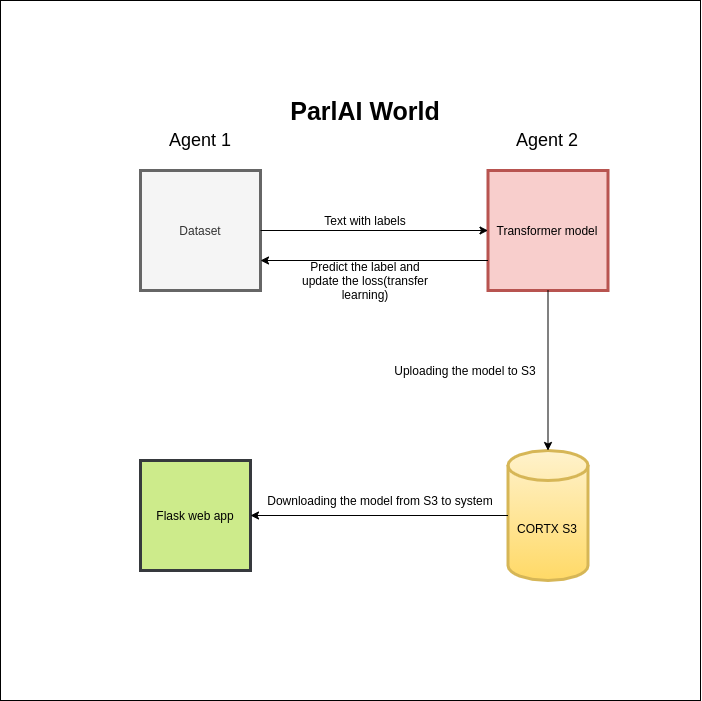
Seagate/cortx keeps this draw.io diagram as doc/integrations/pytorch/diagram.png. Above is the earlier version. Source tidied: cells renumbered, new cells last; positions are measured from the earlier drawing's top-left corner, leaving out a move shared by most shapes. The source it was exported from:
```xml
<mxGraphModel>
  <root>
    <mxCell id="0" />
    <mxCell id="1" parent="0" />
    <mxCell id="2" style="whiteSpace=wrap;html=1;" parent="1" vertex="1">
      <mxGeometry width="700" height="700" as="geometry" />
    </mxCell>
    <mxCell id="3" value="Transformer model" style="whiteSpace=wrap;html=1;strokeWidth=3;fillColor=#f8cecc;strokeColor=#b85450;" parent="1" vertex="1">
      <mxGeometry x="487.5" y="170" width="120" height="120" as="geometry" />
    </mxCell>
    <mxCell id="4" value="Dataset" style="whiteSpace=wrap;html=1;strokeWidth=3;fillColor=#f5f5f5;strokeColor=#666666;fontColor=#333333;" parent="1" vertex="1">
      <mxGeometry x="140" y="170" width="120" height="120" as="geometry" />
    </mxCell>
    <mxCell id="5" value="&lt;font style=&quot;font-size: 18px&quot;&gt;Agent 1&lt;/font&gt;" style="text;html=1;strokeColor=none;fillColor=none;align=center;verticalAlign=middle;whiteSpace=wrap;rounded=0;" parent="1" vertex="1">
      <mxGeometry x="165" y="130" width="70" height="20" as="geometry" />
    </mxCell>
    <mxCell id="6" value="&lt;font style=&quot;font-size: 18px&quot;&gt;Agent 2&lt;/font&gt;" style="text;html=1;strokeColor=none;fillColor=none;align=center;verticalAlign=middle;whiteSpace=wrap;rounded=0;" parent="1" vertex="1">
      <mxGeometry x="512.5" y="130" width="70" height="20" as="geometry" />
    </mxCell>
    <mxCell id="7" value="&lt;b&gt;&lt;font style=&quot;font-size: 25px&quot;&gt;ParlAI World&lt;/font&gt;&lt;/b&gt;" style="text;html=1;strokeColor=none;fillColor=none;align=center;verticalAlign=middle;whiteSpace=wrap;rounded=0;" parent="1" vertex="1">
      <mxGeometry x="270" y="100" width="190" height="20" as="geometry" />
    </mxCell>
    <mxCell id="8" style="endArrow=classic;html=1;entryX=0;entryY=0.5;entryDx=0;entryDy=0;" parent="1" edge="1" source="4" target="3">
      <mxGeometry relative="1" as="geometry" />
    </mxCell>
    <mxCell id="9" style="endArrow=classic;html=1;exitX=0;exitY=0.75;exitDx=0;exitDy=0;entryX=1;entryY=0.75;entryDx=0;entryDy=0;" parent="1" edge="1" source="3" target="4">
      <mxGeometry relative="1" as="geometry" />
    </mxCell>
    <mxCell id="10" value="Text with labels" style="text;html=1;strokeColor=none;fillColor=none;align=center;verticalAlign=middle;whiteSpace=wrap;rounded=0;" parent="1" vertex="1">
      <mxGeometry x="300" y="210" width="130" height="20" as="geometry" />
    </mxCell>
    <mxCell id="11" value="Predict the label and update the loss(transfer learning)" style="text;html=1;strokeColor=none;fillColor=none;align=center;verticalAlign=middle;whiteSpace=wrap;rounded=0;" parent="1" vertex="1">
      <mxGeometry x="300" y="270" width="130" height="20" as="geometry" />
    </mxCell>
    <mxCell id="12" value="CORTX S3" style="shape=cylinder3;whiteSpace=wrap;html=1;boundedLbl=1;backgroundOutline=1;size=15;strokeWidth=3;fillColor=#fff2cc;strokeColor=#d6b656;gradientColor=#ffd966;" parent="1" vertex="1">
      <mxGeometry x="507.5" y="450" width="80" height="130" as="geometry" />
    </mxCell>
    <mxCell id="13" style="endArrow=classic;html=1;entryX=0.5;entryY=0;entryDx=0;entryDy=0;entryPerimeter=0;exitX=0.5;exitY=1;exitDx=0;exitDy=0;" parent="1" edge="1" source="3" target="12">
      <mxGeometry relative="1" as="geometry" />
    </mxCell>
    <mxCell id="14" value="Flask web app" style="whiteSpace=wrap;html=1;strokeWidth=3;fillColor=#cdeb8b;strokeColor=#36393d;" parent="1" vertex="1">
      <mxGeometry x="140" y="460" width="110" height="110" as="geometry" />
    </mxCell>
    <mxCell id="15" style="endArrow=classic;html=1;entryX=1;entryY=0.5;entryDx=0;entryDy=0;exitX=0;exitY=0.5;exitDx=0;exitDy=0;exitPerimeter=0;" parent="1" edge="1" source="12" target="14">
      <mxGeometry relative="1" as="geometry" />
    </mxCell>
    <mxCell id="16" value="Uploading the model to S3" style="text;html=1;strokeColor=none;fillColor=none;align=center;verticalAlign=middle;whiteSpace=wrap;rounded=0;" parent="1" vertex="1">
      <mxGeometry x="390" y="360" width="150" height="20" as="geometry" />
    </mxCell>
    <mxCell id="17" value="Downloading the model from S3 to system" style="text;html=1;strokeColor=none;fillColor=none;align=center;verticalAlign=middle;whiteSpace=wrap;rounded=0;" parent="1" vertex="1">
      <mxGeometry x="260" y="490" width="240" height="20" as="geometry" />
    </mxCell>
  </root>
</mxGraphModel>
```
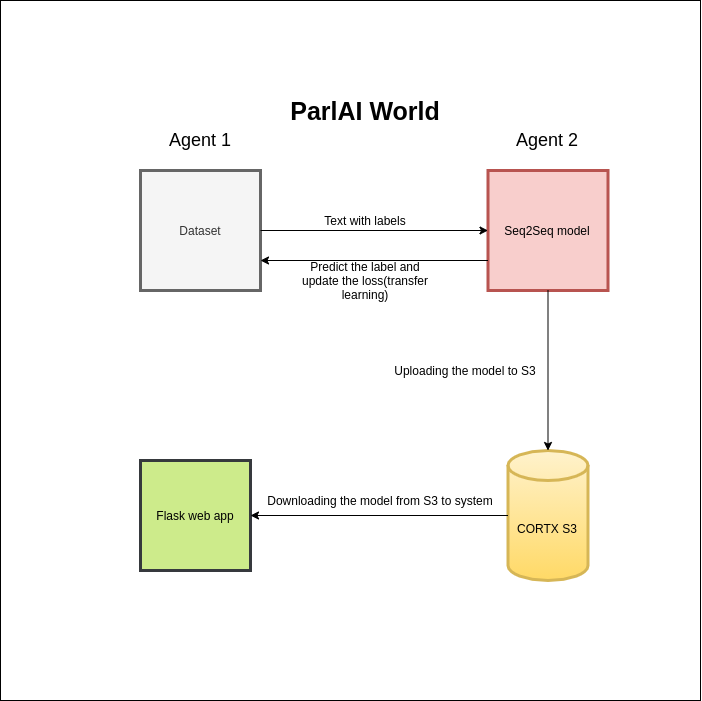
The same diagram one commit later.

The edit, as a diff of the source:
```diff
@@ -5,7 +5,7 @@
     <mxCell id="2" style="whiteSpace=wrap;html=1;" parent="1" vertex="1">
       <mxGeometry width="700" height="700" as="geometry" />
     </mxCell>
-    <mxCell id="3" value="Transformer model" style="whiteSpace=wrap;html=1;strokeWidth=3;fillColor=#f8cecc;strokeColor=#b85450;" parent="1" vertex="1">
+    <mxCell id="3" value="Seq2Seq model" style="whiteSpace=wrap;html=1;strokeWidth=3;fillColor=#f8cecc;strokeColor=#b85450;" parent="1" vertex="1">
       <mxGeometry x="487.5" y="170" width="120" height="120" as="geometry" />
     </mxCell>
     <mxCell id="4" value="Dataset" style="whiteSpace=wrap;html=1;strokeWidth=3;fillColor=#f5f5f5;strokeColor=#666666;fontColor=#333333;" parent="1" vertex="1">
```
